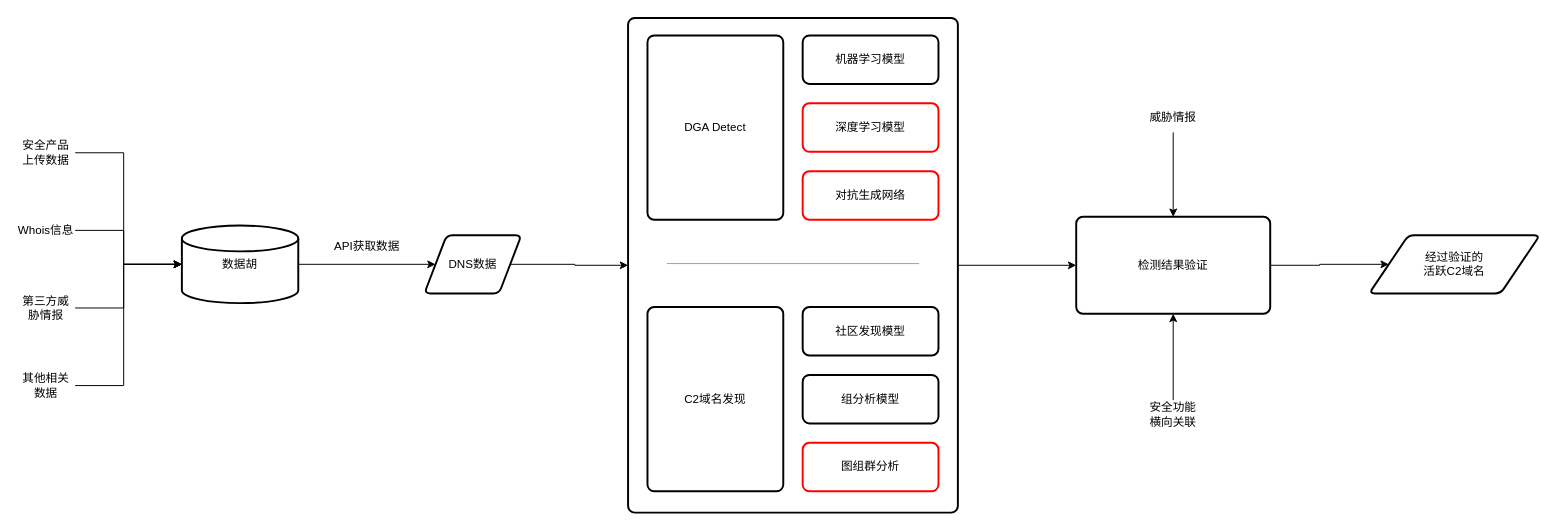
This is dns securty.drawio from sidney-neu/draw_io, a draw.io file, before an edit. Source tidied: cells renumbered, new cells numbered last; positions are measured from the earlier drawing's top-left corner, leaving out a move shared by most shapes. Both pictures are drawn from the tidied source at 97%, with x=0, y=0 at pixel (16, 17).
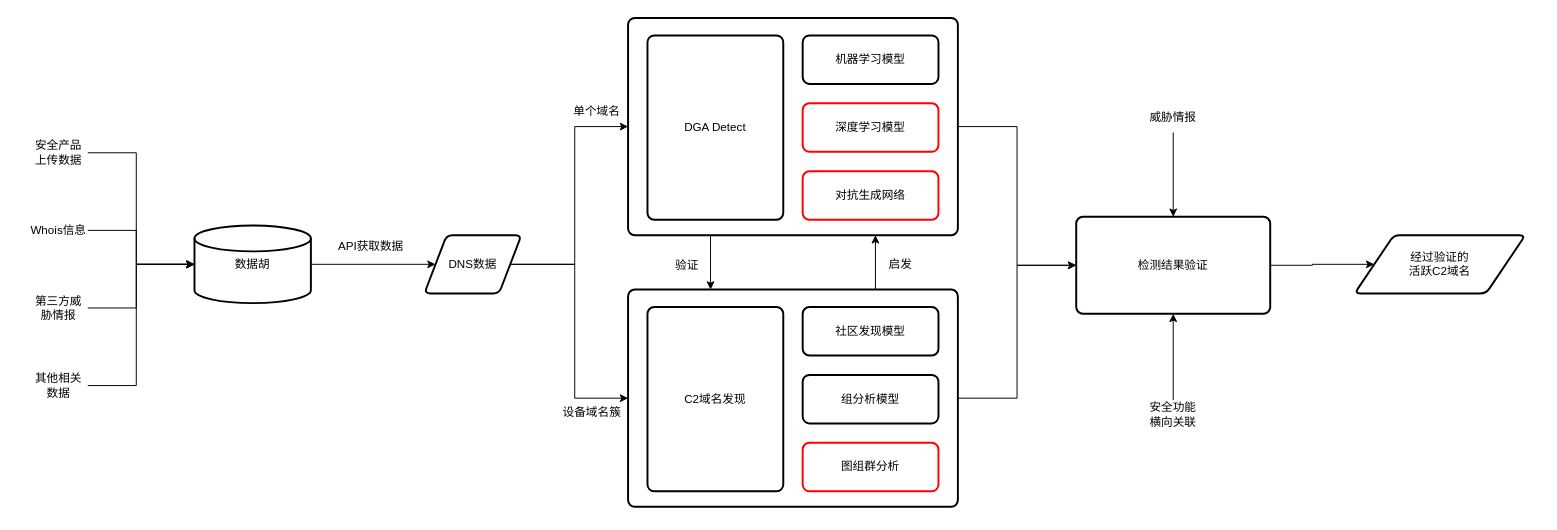
Above is the later version.

The change refers to these unchanged cells:
```xml
<mxCell id="16" value="DNS数据" style="shape=parallelogram;html=1;strokeWidth=2;perimeter=parallelogramPerimeter;whiteSpace=wrap;rounded=1;arcSize=12;size=0.23;" parent="1" vertex="1">
  <mxGeometry x="420" y="224" width="100" height="60" as="geometry" />
</mxCell>
<mxCell id="27" value="检测结果验证" style="rounded=1;whiteSpace=wrap;html=1;absoluteArcSize=1;arcSize=14;strokeWidth=2;" parent="1" vertex="1">
  <mxGeometry x="1092" y="205" width="200" height="100" as="geometry" />
</mxCell>
```

Diff of the diagram source:
```diff
@@
+    <mxCell id="33" style="edgeStyle=orthogonalEdgeStyle;rounded=0;jettySize=auto;html=1;exitX=0.75;exitY=0;exitDx=0;exitDy=0;entryX=0.75;entryY=1;entryDx=0;entryDy=0;" parent="1" edge="1" source="35" target="3">
+      <mxGeometry relative="1" as="geometry" />
+    </mxCell>
+    <mxCell id="34" style="edgeStyle=orthogonalEdgeStyle;rounded=0;jettySize=auto;html=1;entryX=0;entryY=0.5;entryDx=0;entryDy=0;" parent="1" edge="1" source="35" target="27">
+      <mxGeometry relative="1" as="geometry" />
+    </mxCell>
+    <mxCell id="35" style="rounded=1;whiteSpace=wrap;html=1;absoluteArcSize=1;arcSize=14;strokeWidth=2;" parent="1" vertex="1">
+      <mxGeometry x="630" y="280" width="340" height="224" as="geometry" />
+    </mxCell>
@@
+    <mxCell id="36" style="edgeStyle=orthogonalEdgeStyle;rounded=0;jettySize=auto;html=1;exitX=0.25;exitY=1;exitDx=0;exitDy=0;entryX=0.25;entryY=0;entryDx=0;entryDy=0;" parent="1" edge="1" source="3" target="35">
+      <mxGeometry relative="1" as="geometry" />
+    </mxCell>
     <mxCell id="3" style="rounded=1;whiteSpace=wrap;html=1;absoluteArcSize=1;arcSize=14;strokeWidth=2;" parent="1" vertex="1">
-      <mxGeometry x="630" width="340" height="510" as="geometry" />
+      <mxGeometry x="630" width="340" height="224" as="geometry" />
     </mxCell>
     <mxCell id="4" style="edgeStyle=orthogonalEdgeStyle;rounded=0;jettySize=auto;html=1;" parent="1" edge="1" source="5">
       <mxGeometry relative="1" as="geometry">
-        <mxPoint x="170" y="254" as="targetPoint" />
+        <mxPoint x="183" y="254" as="targetPoint" />
         <Array as="points">
-          <mxPoint x="110" y="219" />
-          <mxPoint x="110" y="254" />
+          <mxPoint x="123" y="219" />
+          <mxPoint x="123" y="254" />
         </Array>
       </mxGeometry>
     </mxCell>
     <mxCell id="5" value="Whois信息" style="text;strokeColor=none;align=center;fillColor=none;html=1;verticalAlign=middle;whiteSpace=wrap;rounded=0;" parent="1" vertex="1">
-      <mxGeometry y="204" width="60" height="30" as="geometry" />
+      <mxGeometry x="13" y="204" width="60" height="30" as="geometry" />
     </mxCell>
     <mxCell id="6" value="安全产品上传数据" style="text;strokeColor=none;align=center;fillColor=none;html=1;verticalAlign=middle;whiteSpace=wrap;rounded=0;" parent="1" vertex="1">
-      <mxGeometry y="124" width="60" height="30" as="geometry" />
+      <mxGeometry x="13" y="124" width="60" height="30" as="geometry" />
     </mxCell>
     <mxCell id="7" style="edgeStyle=orthogonalEdgeStyle;rounded=0;jettySize=auto;html=1;" parent="1" edge="1" source="8">
       <mxGeometry relative="1" as="geometry">
-        <mxPoint x="170" y="254" as="targetPoint" />
+        <mxPoint x="183" y="254" as="targetPoint" />
         <Array as="points">
-          <mxPoint x="110" y="299" />
-          <mxPoint x="110" y="254" />
+          <mxPoint x="123" y="299" />
+          <mxPoint x="123" y="254" />
         </Array>
       </mxGeometry>
     </mxCell>
     <mxCell id="8" value="第三方威胁情报" style="text;strokeColor=none;align=center;fillColor=none;html=1;verticalAlign=middle;whiteSpace=wrap;rounded=0;" parent="1" vertex="1">
-      <mxGeometry y="284" width="60" height="30" as="geometry" />
+      <mxGeometry x="13" y="284" width="60" height="30" as="geometry" />
     </mxCell>
     <mxCell id="9" style="edgeStyle=orthogonalEdgeStyle;rounded=0;jettySize=auto;html=1;" parent="1" edge="1" source="10">
       <mxGeometry relative="1" as="geometry">
-        <mxPoint x="170" y="254" as="targetPoint" />
+        <mxPoint x="183" y="254" as="targetPoint" />
         <Array as="points">
-          <mxPoint x="110" y="379" />
-          <mxPoint x="110" y="254" />
+          <mxPoint x="123" y="379" />
+          <mxPoint x="123" y="254" />
         </Array>
       </mxGeometry>
     </mxCell>
     <mxCell id="10" value="其他相关数据" style="text;strokeColor=none;align=center;fillColor=none;html=1;verticalAlign=middle;whiteSpace=wrap;rounded=0;" parent="1" vertex="1">
-      <mxGeometry y="364" width="60" height="30" as="geometry" />
+      <mxGeometry x="13" y="364" width="60" height="30" as="geometry" />
     </mxCell>
     <mxCell id="11" style="edgeStyle=orthogonalEdgeStyle;rounded=0;jettySize=auto;html=1;entryX=0;entryY=0.5;entryDx=0;entryDy=0;entryPerimeter=0;" parent="1" edge="1" source="6">
       <mxGeometry relative="1" as="geometry">
-        <mxPoint x="170" y="254" as="targetPoint" />
+        <mxPoint x="183" y="254" as="targetPoint" />
         <Array as="points">
-          <mxPoint x="110" y="139" />
-          <mxPoint x="110" y="254" />
+          <mxPoint x="123" y="139" />
+          <mxPoint x="123" y="254" />
         </Array>
       </mxGeometry>
     </mxCell>
     <mxCell id="12" value="数据胡" style="strokeWidth=2;html=1;shape=mxgraph.flowchart.database;whiteSpace=wrap;" parent="1" vertex="1">
-      <mxGeometry x="170" y="214" width="120" height="80" as="geometry" />
+      <mxGeometry x="183" y="214" width="120" height="80" as="geometry" />
     </mxCell>
@@
     <mxCell id="14" value="API获取数据" style="text;strokeColor=none;align=center;fillColor=none;html=1;verticalAlign=middle;whiteSpace=wrap;rounded=0;" parent="1" vertex="1">
-      <mxGeometry x="326" y="221" width="70" height="30" as="geometry" />
+      <mxGeometry x="330" y="221" width="70" height="30" as="geometry" />
     </mxCell>
@@
+    <mxCell id="37" style="edgeStyle=orthogonalEdgeStyle;rounded=0;jettySize=auto;html=1;exitX=1;exitY=0.5;exitDx=0;exitDy=0;entryX=0;entryY=0.5;entryDx=0;entryDy=0;" parent="1" edge="1" source="16" target="35">
+      <mxGeometry relative="1" as="geometry" />
+    </mxCell>
@@
-    <mxCell id="25" style="endArrow=none;html=1;rounded=0;strokeColor=#A1A1A1;" parent="1" edge="1">
-      <mxGeometry relative="1" as="geometry">
-        <mxPoint x="670" y="253.2" as="sourcePoint" />
-        <mxPoint x="930" y="253.2" as="targetPoint" />
-      </mxGeometry>
-    </mxCell>
@@
     <mxCell id="32" value="&lt;div&gt;经过验证的&lt;/div&gt;&lt;div&gt;活跃C2域名&lt;/div&gt;" style="shape=parallelogram;html=1;strokeWidth=2;perimeter=parallelogramPerimeter;whiteSpace=wrap;rounded=1;arcSize=12;size=0.23;" parent="1" vertex="1">
-      <mxGeometry x="1394" y="224" width="176" height="60" as="geometry" />
+      <mxGeometry x="1379" y="224" width="176" height="60" as="geometry" />
     </mxCell>
+    <mxCell id="38" value="验证" style="text;strokeColor=none;align=center;fillColor=none;html=1;verticalAlign=middle;whiteSpace=wrap;rounded=0;" parent="1" vertex="1">
+      <mxGeometry x="661" y="240" width="60" height="30" as="geometry" />
+    </mxCell>
+    <mxCell id="39" value="启发" style="text;strokeColor=none;align=center;fillColor=none;html=1;verticalAlign=middle;whiteSpace=wrap;rounded=0;" parent="1" vertex="1">
+      <mxGeometry x="881" y="239" width="60" height="30" as="geometry" />
+    </mxCell>
+    <mxCell id="40" value="单个域名" style="text;strokeColor=none;align=center;fillColor=none;html=1;verticalAlign=middle;whiteSpace=wrap;rounded=0;" parent="1" vertex="1">
+      <mxGeometry x="568" y="82" width="60" height="30" as="geometry" />
+    </mxCell>
+    <mxCell id="41" value="设备域名簇" style="text;strokeColor=none;align=center;fillColor=none;html=1;verticalAlign=middle;whiteSpace=wrap;rounded=0;" parent="1" vertex="1">
+      <mxGeometry x="561" y="392" width="64" height="30" as="geometry" />
+    </mxCell>
```
